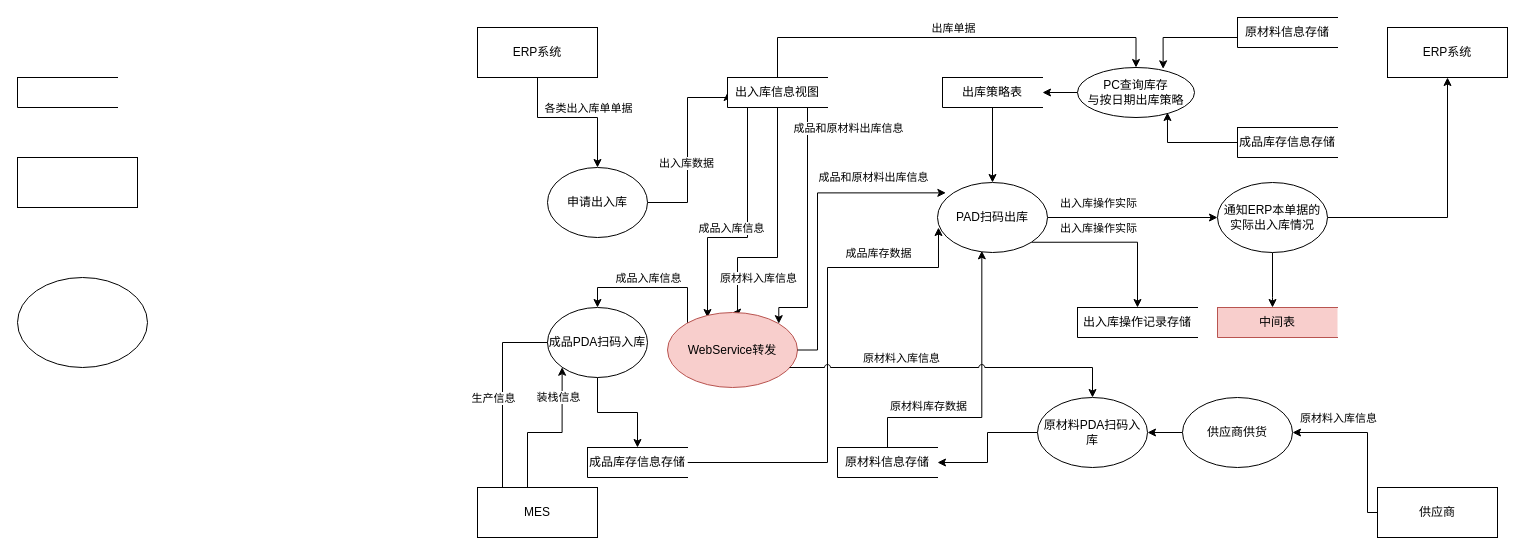
177-Liukuan/MyPicture keeps this draw.io diagram as wms数据流图.drawio. Above is the earlier version. Source tidied: cells renumbered, new cells numbered last; positions are measured from the earlier drawing's top-left corner, leaving out a move shared by most shapes. Both pictures are drawn from the tidied source at 100%, with x=0, y=0 at pixel (17, 17).
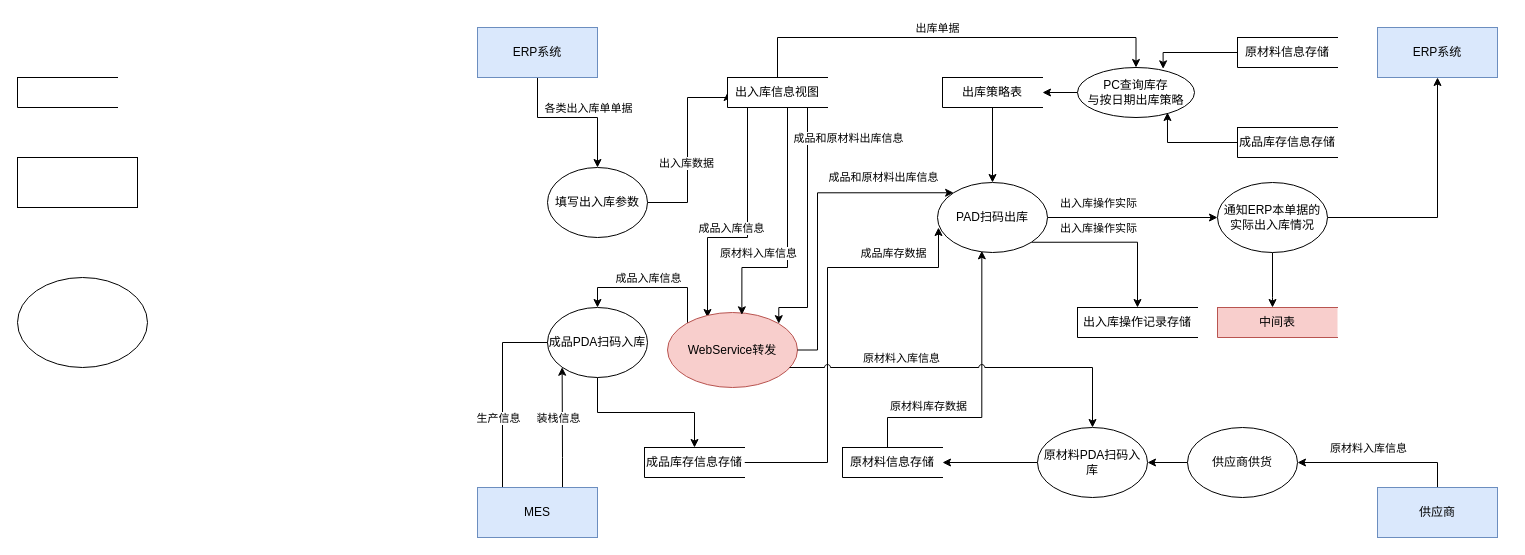
After the change.

Commit message (it also covers changes not shown here):
更新wms数据流图.drawio

Unchanged cells that the change refers to:
```xml
<mxCell id="13" style="edgeStyle=orthogonalEdgeStyle;rounded=0;jettySize=auto;html=1;entryX=0.5;entryY=0;entryDx=0;entryDy=0;" parent="1" edge="1" source="15" target="60">
  <mxGeometry relative="1" as="geometry">
    <Array as="points">
      <mxPoint x="760" y="20" />
      <mxPoint x="1119" y="20" />
    </Array>
  </mxGeometry>
</mxCell>
<mxCell id="15" value="出入库信息视图" style="html=1;dashed=0;whiteSpace=wrap;shape=partialRectangle;right=0;" parent="1" vertex="1">
  <mxGeometry x="710" y="60" width="100" height="30" as="geometry" />
</mxCell>
<mxCell id="16" style="edgeStyle=orthogonalEdgeStyle;rounded=0;orthogonalLoop=1;jettySize=auto;html=1;entryX=0;entryY=0.5;entryDx=0;entryDy=0;" parent="1" edge="1">
  <mxGeometry relative="1" as="geometry">
    <mxPoint x="485" y="470" as="sourcePoint" />
    <mxPoint x="555" y="325" as="targetPoint" />
    <Array as="points">
      <mxPoint x="485" y="325" />
    </Array>
  </mxGeometry>
</mxCell>
<mxCell id="22" value="成品PDA扫码入库" style="ellipse;whiteSpace=wrap;html=1;" parent="1" vertex="1">
  <mxGeometry x="530" y="290" width="100" height="70" as="geometry" />
</mxCell>
<mxCell id="26" value="PAD扫码出库" style="ellipse;whiteSpace=wrap;html=1;" parent="1" vertex="1">
  <mxGeometry x="920" y="165" width="110" height="70" as="geometry" />
</mxCell>
<mxCell id="30" style="edgeStyle=orthogonalEdgeStyle;rounded=0;jettySize=auto;html=1;entryX=0.009;entryY=0.643;entryDx=0;entryDy=0;entryPerimeter=0;jumpStyle=arc;" parent="1" edge="1" source="32" target="26">
  <mxGeometry relative="1" as="geometry">
    <Array as="points">
      <mxPoint x="810" y="445" />
      <mxPoint x="810" y="250" />
      <mxPoint x="921" y="250" />
    </Array>
  </mxGeometry>
</mxCell>
<mxCell id="49" value="WebService转发" style="ellipse;whiteSpace=wrap;html=1;fillColor=#f8cecc;strokeColor=#b85450;" parent="1" vertex="1">
  <mxGeometry x="650" y="295" width="130" height="75" as="geometry" />
</mxCell>
<mxCell id="53" style="endArrow=classic;html=1;rounded=0;entryX=1;entryY=0;entryDx=0;entryDy=0;edgeStyle=orthogonalEdgeStyle;" parent="1" edge="1" target="49">
  <mxGeometry relative="1" as="geometry">
    <mxPoint x="780" y="90" as="sourcePoint" />
    <Array as="points">
      <mxPoint x="790" y="90" />
      <mxPoint x="790" y="290" />
      <mxPoint x="761" y="290" />
    </Array>
  </mxGeometry>
</mxCell>
<mxCell id="60" value="PC查询库存&lt;br&gt;与按日期出库策略" style="ellipse;whiteSpace=wrap;html=1;" parent="1" vertex="1">
  <mxGeometry x="1060" y="50" width="117" height="50" as="geometry" />
</mxCell>
```

The edit, as a diff of the source:
```diff
@@
-    <mxCell id="7" value="ERP系统" style="rounded=0;whiteSpace=wrap;html=1;" parent="1" vertex="1">
+    <mxCell id="7" value="ERP系统" style="rounded=0;whiteSpace=wrap;html=1;strokeColor=#6c8ebf;fillColor=#dae8fc;" parent="1" vertex="1">
       <mxGeometry x="460" y="10" width="120" height="50" as="geometry" />
     </mxCell>
@@
-    <mxCell id="10" value="申请出入库" style="ellipse;whiteSpace=wrap;html=1;" parent="1" vertex="1">
+    <mxCell id="10" value="填写出入库参数" style="ellipse;whiteSpace=wrap;html=1;" parent="1" vertex="1">
       <mxGeometry x="530" y="150" width="100" height="70" as="geometry" />
     </mxCell>
@@
     <mxCell id="14" value="出库单据" style="edgeLabel;html=1;align=center;verticalAlign=middle;" parent="13" vertex="1">
       <mxGeometry x="-0.07" y="5" relative="1" as="geometry">
-        <mxPoint x="16" y="-5" as="offset" />
+        <mxPoint y="-5" as="offset" />
       </mxGeometry>
     </mxCell>
@@
     <mxCell id="17" value="生产信息" style="edgeLabel;html=1;align=center;verticalAlign=middle;" parent="16" vertex="1">
       <mxGeometry x="-0.07" relative="1" as="geometry">
-        <mxPoint x="-10" y="10" as="offset" />
+        <mxPoint x="-5" y="30" as="offset" />
       </mxGeometry>
     </mxCell>
     <mxCell id="18" style="edgeStyle=orthogonalEdgeStyle;rounded=0;jettySize=auto;html=1;entryX=0;entryY=1;entryDx=0;entryDy=0;" parent="1" edge="1" source="20" target="22">
       <mxGeometry relative="1" as="geometry">
         <Array as="points">
-          <mxPoint x="510" y="415" />
-          <mxPoint x="545" y="415" />
+          <mxPoint x="545" y="440" />
+          <mxPoint x="545" y="440" />
         </Array>
       </mxGeometry>
     </mxCell>
     <mxCell id="19" value="装栈信息" style="edgeLabel;html=1;align=center;verticalAlign=middle;" parent="18" vertex="1">
       <mxGeometry x="0.51" y="4" relative="1" as="geometry">
-        <mxPoint y="-8" as="offset" />
+        <mxPoint y="21" as="offset" />
       </mxGeometry>
     </mxCell>
-    <mxCell id="20" value="MES" style="rounded=0;whiteSpace=wrap;html=1;" parent="1" vertex="1">
+    <mxCell id="20" value="MES" style="rounded=0;whiteSpace=wrap;html=1;strokeColor=#6c8ebf;fillColor=#dae8fc;" parent="1" vertex="1">
       <mxGeometry x="460" y="470" width="120" height="50" as="geometry" />
     </mxCell>
@@
     <mxCell id="29" value="原材料信息存储" style="html=1;dashed=0;whiteSpace=wrap;shape=partialRectangle;right=0;" parent="1" vertex="1">
-      <mxGeometry x="820" y="430" width="100" height="30" as="geometry" />
+      <mxGeometry x="825" y="430" width="100" height="30" as="geometry" />
     </mxCell>
@@
     <mxCell id="31" value="成品库存数据" style="edgeLabel;html=1;align=center;verticalAlign=middle;" parent="30" vertex="1">
       <mxGeometry x="-0.72" y="2" relative="1" as="geometry">
-        <mxPoint x="122" y="-208" as="offset" />
+        <mxPoint x="88" y="-208" as="offset" />
       </mxGeometry>
     </mxCell>
     <mxCell id="32" value="成品库存信息存储" style="html=1;dashed=0;whiteSpace=wrap;shape=partialRectangle;right=0;" parent="1" vertex="1">
-      <mxGeometry x="570" y="430" width="100" height="30" as="geometry" />
+      <mxGeometry x="627" y="430" width="100" height="30" as="geometry" />
     </mxCell>
@@
-    <mxCell id="38" value="ERP系统" style="rounded=0;whiteSpace=wrap;html=1;" parent="1" vertex="1">
-      <mxGeometry x="1370" y="10" width="120" height="50" as="geometry" />
+    <mxCell id="38" value="ERP系统" style="rounded=0;whiteSpace=wrap;html=1;strokeColor=#6c8ebf;fillColor=#dae8fc;" parent="1" vertex="1">
+      <mxGeometry x="1360" y="10" width="120" height="50" as="geometry" />
     </mxCell>
     <mxCell id="39" style="edgeStyle=orthogonalEdgeStyle;rounded=0;jettySize=auto;html=1;entryX=1;entryY=0.5;entryDx=0;entryDy=0;" parent="1" edge="1" source="41" target="43">
       <mxGeometry relative="1" as="geometry">
         <Array as="points">
-          <mxPoint x="1350" y="415" />
+          <mxPoint x="1420" y="445" />
         </Array>
       </mxGeometry>
     </mxCell>
     <mxCell id="40" value="原材料入库信息" style="edgeLabel;html=1;align=center;verticalAlign=middle;" parent="39" vertex="1">
       <mxGeometry x="0.45" y="-1" relative="1" as="geometry">
-        <mxPoint y="-14" as="offset" />
+        <mxPoint x="25" y="-14" as="offset" />
       </mxGeometry>
     </mxCell>
-    <mxCell id="41" value="供应商" style="rounded=0;whiteSpace=wrap;html=1;" parent="1" vertex="1">
+    <mxCell id="41" value="供应商" style="rounded=0;whiteSpace=wrap;html=1;strokeColor=#6c8ebf;fillColor=#dae8fc;" parent="1" vertex="1">
       <mxGeometry x="1360" y="470" width="120" height="50" as="geometry" />
     </mxCell>
@@
     <mxCell id="43" value="供应商供货" style="ellipse;whiteSpace=wrap;html=1;" parent="1" vertex="1">
-      <mxGeometry x="1165" y="380" width="110" height="70" as="geometry" />
+      <mxGeometry x="1170" y="410" width="110" height="70" as="geometry" />
     </mxCell>
@@
     <mxCell id="45" value="原材料PDA扫码入库" style="ellipse;whiteSpace=wrap;html=1;" parent="1" vertex="1">
-      <mxGeometry x="1020" y="380" width="110" height="70" as="geometry" />
+      <mxGeometry x="1020" y="410" width="110" height="70" as="geometry" />
     </mxCell>
-    <mxCell id="46" style="endArrow=classic;html=1;rounded=0;exitX=0.877;exitY=1;exitDx=0;exitDy=0;exitPerimeter=0;edgeStyle=orthogonalEdgeStyle;jumpStyle=arc;entryX=0.5;entryY=0;entryDx=0;entryDy=0;" parent="1" edge="1" source="15" target="49">
-      <mxGeometry relative="1" as="geometry">
-        <Array as="points">
-          <mxPoint x="760" y="90" />
-          <mxPoint x="760" y="240" />
-          <mxPoint x="720" y="240" />
-          <mxPoint x="720" y="295" />
-        </Array>
-      </mxGeometry>
-    </mxCell>
-    <mxCell id="47" value="原材料入库信息" style="edgeLabel;html=1;align=center;verticalAlign=middle;" parent="46" vertex="1">
-      <mxGeometry x="0.17" y="-1" relative="1" as="geometry">
-        <mxPoint x="-19" y="40" as="offset" />
-      </mxGeometry>
-    </mxCell>
@@
     <mxCell id="54" value="成品和原材料出库信息" style="edgeLabel;html=1;align=center;verticalAlign=middle;" parent="53" vertex="1">
       <mxGeometry x="-0.32" y="2" relative="1" as="geometry">
-        <mxPoint x="38" y="-57" as="offset" />
+        <mxPoint x="38" y="-47" as="offset" />
       </mxGeometry>
     </mxCell>
-    <mxCell id="55" style="edgeStyle=orthogonalEdgeStyle;rounded=0;jettySize=auto;html=1;entryX=0.076;entryY=0.148;entryDx=0;entryDy=0;entryPerimeter=0;" parent="1" edge="1" source="49" target="26">
+    <mxCell id="55" style="edgeStyle=orthogonalEdgeStyle;rounded=0;jettySize=auto;html=1;entryX=0;entryY=0;entryDx=0;entryDy=0;" parent="1" edge="1" source="49" target="26">
       <mxGeometry relative="1" as="geometry">
         <Array as="points">
           <mxPoint x="800" y="333" />
           <mxPoint x="800" y="175" />
         </Array>
       </mxGeometry>
     </mxCell>
     <mxCell id="56" value="成品和原材料出库信息" style="edgeLabel;html=1;align=center;verticalAlign=middle;" parent="1" vertex="1">
-      <mxGeometry x="840" y="130" as="geometry">
+      <mxGeometry x="850" y="130" as="geometry">
         <mxPoint x="15" y="29" as="offset" />
       </mxGeometry>
     </mxCell>
@@
     <mxCell id="62" value="原材料信息存储" style="html=1;dashed=0;whiteSpace=wrap;shape=partialRectangle;right=0;" parent="1" vertex="1">
-      <mxGeometry x="1220" width="100" height="30" as="geometry" />
+      <mxGeometry x="1220" y="20" width="100" height="30" as="geometry" />
     </mxCell>
     <mxCell id="63" style="edgeStyle=orthogonalEdgeStyle;rounded=0;jettySize=auto;html=1;entryX=0.732;entryY=0.027;entryDx=0;entryDy=0;entryPerimeter=0;" parent="1" edge="1" source="62" target="60">
       <mxGeometry relative="1" as="geometry">
         <Array as="points">
-          <mxPoint x="1146" y="20" />
+          <mxPoint x="1146" y="35" />
         </Array>
       </mxGeometry>
     </mxCell>
@@
+    <mxCell id="46" style="endArrow=classic;html=1;rounded=0;exitX=0.5;exitY=1;exitDx=0;exitDy=0;entryX=0.572;entryY=0.031;entryDx=0;entryDy=0;entryPerimeter=0;edgeStyle=orthogonalEdgeStyle;" parent="1" edge="1" source="15" target="49">
+      <mxGeometry relative="1" as="geometry">
+        <Array as="points">
+          <mxPoint x="770" y="90" />
+          <mxPoint x="770" y="250" />
+          <mxPoint x="724" y="250" />
+        </Array>
+      </mxGeometry>
+    </mxCell>
+    <mxCell id="47" value="原材料入库信息" style="edgeLabel;html=1;align=center;verticalAlign=middle;" parent="46" vertex="1">
+      <mxGeometry x="0.09" y="-1" relative="1" as="geometry">
+        <mxPoint x="-29" y="12" as="offset" />
+      </mxGeometry>
+    </mxCell>
```
